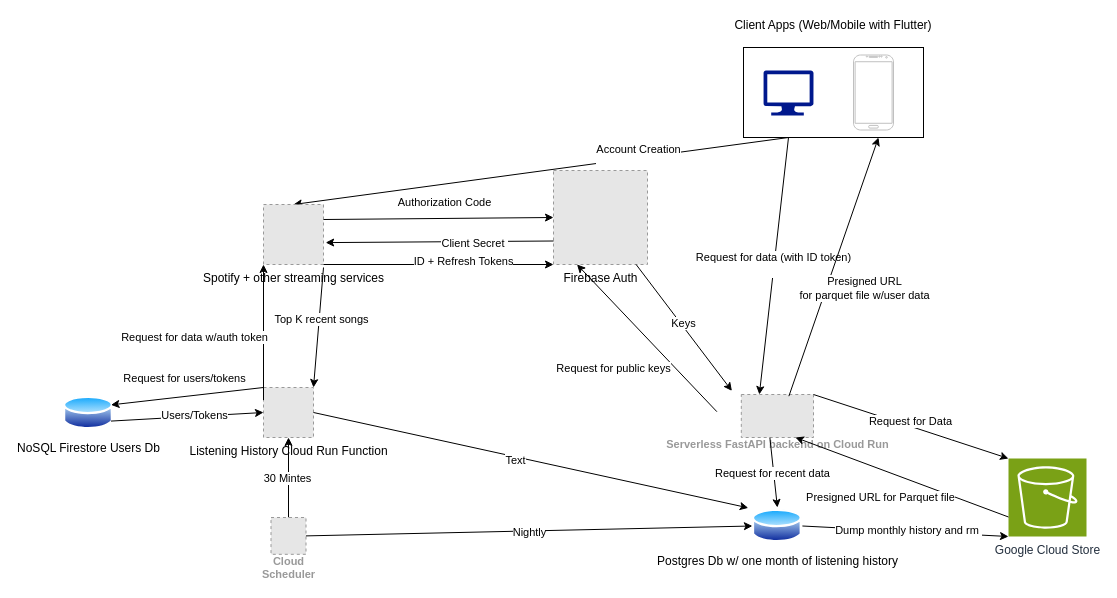
This is system-design/jp-system-design-proprosal.drawio from jeanpierrebroz/Rewindify, a draw.io file, before an edit. Source tidied: cells renumbered, new cells numbered last; positions are measured from the earlier drawing's top-left corner, leaving out a move shared by most shapes. Both pictures are drawn from the tidied source at 100%, with x=0, y=0 at pixel (63, 17). Pictures stored in the file or linked from it are replaced by grey dashed boxes.
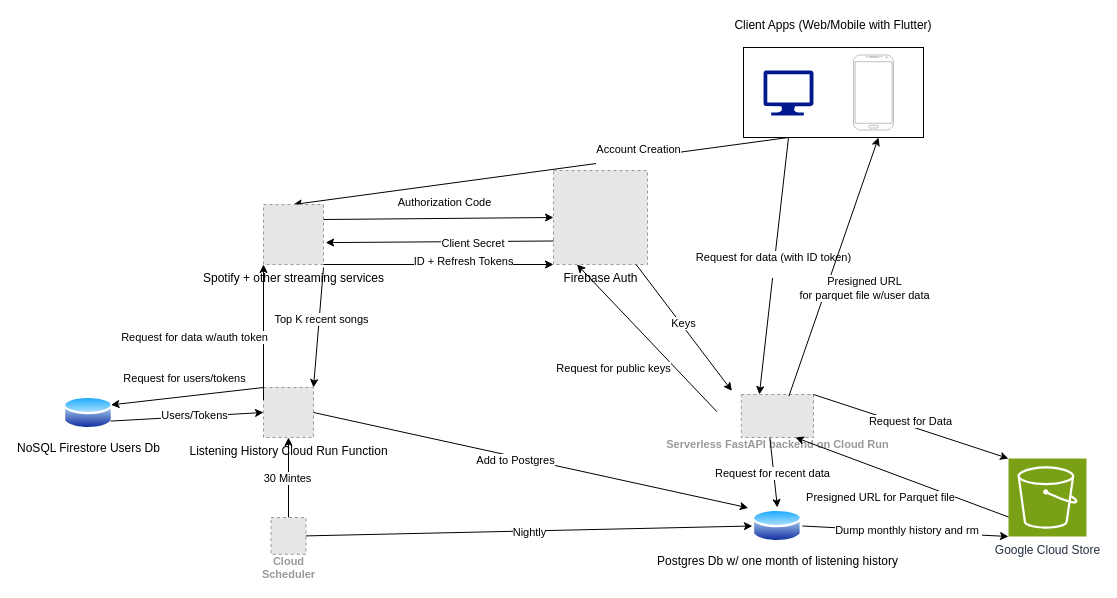
The same page after the edit.

Unchanged cells that the change refers to:
```xml
<mxCell id="50" style="endArrow=classic;html=1;rounded=0;exitX=1;exitY=0.5;exitDx=0;exitDy=0;entryX=-0.082;entryY=0.01;entryDx=0;entryDy=0;entryPerimeter=0;" parent="1" edge="1" source="22" target="43">
  <mxGeometry relative="1" as="geometry" />
</mxCell>
```

Change to the diagram source:
```diff
@@
-    <mxCell id="51" value="Text" style="edgeLabel;html=1;align=center;verticalAlign=middle;" parent="50" vertex="1">
+    <mxCell id="51" value="Add to Postgres" style="edgeLabel;html=1;align=center;verticalAlign=middle;" parent="50" vertex="1">
       <mxGeometry x="-0.07" y="-3" relative="1" as="geometry" />
     </mxCell>
```
